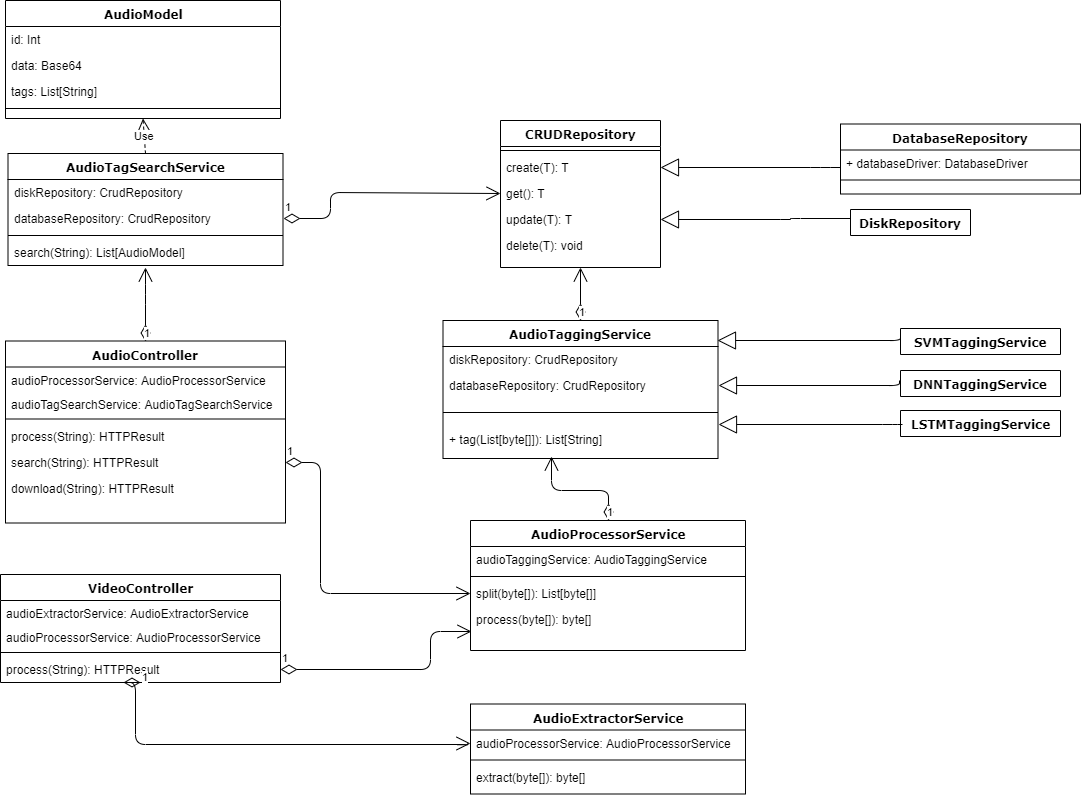
Before: architecture/backend/BE-class-diagram.png, a diagram exported from draw.io (gabrielxzc/moc1-aset-project). Source tidied: cells renumbered, new cells last; positions are measured from the earlier drawing's top-left corner, leaving out a move shared by most shapes.
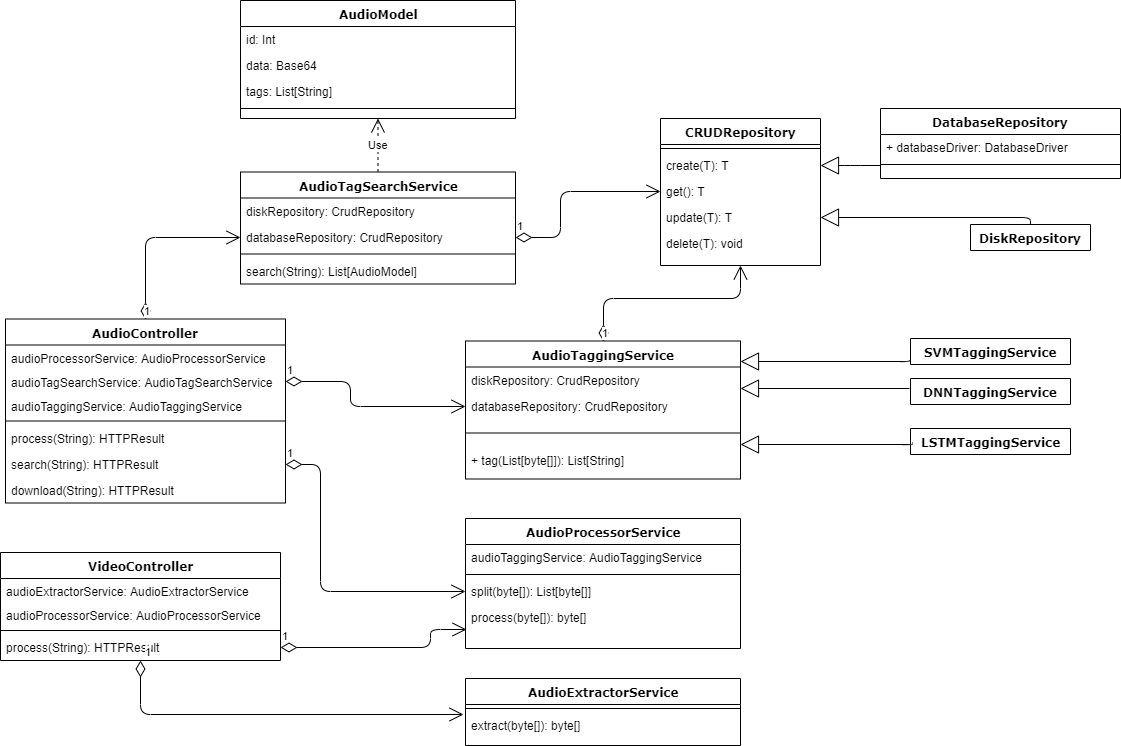
The same diagram one commit later.

Commit message:
make backend class diagram cleaner

Diff of the diagram source:
```diff
@@ -3,7 +3,7 @@
     <mxCell id="0" />
     <mxCell id="1" parent="0" />
     <mxCell id="2" value="CRUDRepository" style="swimlane;html=1;fontStyle=1;align=center;verticalAlign=top;horizontal=1;startSize=26;swimlaneFillColor=#ffffff;rounded=0;shadow=0;comic=0;labelBackgroundColor=none;strokeColor=#000000;strokeWidth=1;fillColor=none;fontFamily=Verdana;fontSize=12;fontColor=#000000;" parent="1" vertex="1">
-      <mxGeometry x="500" y="120" width="160" height="147" as="geometry" />
+      <mxGeometry x="660" y="140" width="160" height="147" as="geometry" />
     </mxCell>
     <mxCell id="3" style="line;html=1;strokeWidth=1;fillColor=none;align=left;verticalAlign=middle;spacingTop=-1;spacingLeft=3;spacingRight=3;labelPosition=right;" parent="2" vertex="1">
       <mxGeometry y="26" width="160" height="8" as="geometry" />
@@ -21,7 +21,7 @@
       <mxGeometry y="112" width="160" height="26" as="geometry" />
     </mxCell>
     <mxCell id="8" value="AudioController" style="swimlane;html=1;fontStyle=1;align=center;verticalAlign=top;horizontal=1;startSize=26;swimlaneFillColor=#ffffff;rounded=0;shadow=0;comic=0;labelBackgroundColor=none;strokeColor=#000000;strokeWidth=1;fillColor=none;fontFamily=Verdana;fontSize=12;fontColor=#000000;" parent="1" vertex="1">
-      <mxGeometry x="5" y="340.5" width="280" height="182" as="geometry" />
+      <mxGeometry x="5" y="340.5" width="280" height="184" as="geometry" />
     </mxCell>
     <mxCell id="9" value="audioProcessorService: AudioProcessorService" style="text;html=1;strokeColor=none;fillColor=none;align=left;verticalAlign=top;spacingLeft=4;spacingRight=4;whiteSpace=wrap;overflow=hidden;" parent="8" vertex="1">
       <mxGeometry y="26" width="280" height="24" as="geometry" />
@@ -29,40 +29,41 @@
     <mxCell id="10" value="audioTagSearchService: AudioTagSearchService" style="text;html=1;strokeColor=none;fillColor=none;align=left;verticalAlign=top;spacingLeft=4;spacingRight=4;whiteSpace=wrap;overflow=hidden;points=[[0,0.5],[1,0.5]];portConstraint=eastwest;" parent="8" vertex="1">
       <mxGeometry y="50" width="280" height="24" as="geometry" />
     </mxCell>
+    <mxCell id="63" value="audioTaggingService: AudioTaggingService" style="text;html=1;strokeColor=none;fillColor=none;align=left;verticalAlign=top;spacingLeft=4;spacingRight=4;whiteSpace=wrap;overflow=hidden;" parent="8" vertex="1">
+      <mxGeometry y="74" width="280" height="24" as="geometry" />
+    </mxCell>
     <mxCell id="11" style="line;html=1;strokeWidth=1;fillColor=none;align=left;verticalAlign=middle;spacingTop=-1;spacingLeft=3;spacingRight=3;labelPosition=right;" parent="8" vertex="1">
-      <mxGeometry y="74" width="280" height="8" as="geometry" />
+      <mxGeometry y="98" width="280" height="8" as="geometry" />
     </mxCell>
     <mxCell id="12" value="process(String): HTTPResult" style="text;html=1;strokeColor=none;fillColor=none;align=left;verticalAlign=top;spacingLeft=4;spacingRight=4;whiteSpace=wrap;overflow=hidden;" parent="8" vertex="1">
-      <mxGeometry y="82" width="280" height="26" as="geometry" />
+      <mxGeometry y="106" width="280" height="26" as="geometry" />
     </mxCell>
     <mxCell id="13" value="search(String): HTTPResult" style="text;html=1;strokeColor=none;fillColor=none;align=left;verticalAlign=top;spacingLeft=4;spacingRight=4;whiteSpace=wrap;overflow=hidden;points=[[0,0.5],[1,0.5]];portConstraint=eastwest;" parent="8" vertex="1">
-      <mxGeometry y="108" width="280" height="26" as="geometry" />
+      <mxGeometry y="132" width="280" height="26" as="geometry" />
     </mxCell>
     <mxCell id="14" value="download(String): HTTPResult" style="text;html=1;strokeColor=none;fillColor=none;align=left;verticalAlign=top;spacingLeft=4;spacingRight=4;whiteSpace=wrap;overflow=hidden;" parent="8" vertex="1">
-      <mxGeometry y="134" width="280" height="26" as="geometry" />
+      <mxGeometry y="158" width="280" height="26" as="geometry" />
     </mxCell>
     <mxCell id="15" style="edgeStyle=orthogonalEdgeStyle;html=1;labelBackgroundColor=none;startFill=0;startSize=8;endArrow=block;endFill=0;endSize=16;fontFamily=Verdana;fontSize=12;entryX=1;entryY=0.5;entryDx=0;entryDy=0;" parent="1" edge="1" source="16" target="6">
       <mxGeometry relative="1" as="geometry">
         <Array as="points">
-          <mxPoint x="890" y="218" />
-          <mxPoint x="790" y="218" />
-          <mxPoint x="790" y="219" />
+          <mxPoint x="1030" y="239" />
         </Array>
       </mxGeometry>
     </mxCell>
     <mxCell id="16" value="DiskRepository" style="swimlane;html=1;fontStyle=1;align=center;verticalAlign=top;horizontal=1;startSize=26;swimlaneFillColor=#ffffff;rounded=0;shadow=0;comic=0;labelBackgroundColor=none;strokeColor=#000000;strokeWidth=1;fillColor=none;fontFamily=Verdana;fontSize=12;fontColor=#000000;" parent="1" vertex="1" collapsed="1">
-      <mxGeometry x="850" y="209" width="120" height="26" as="geometry" />
+      <mxGeometry x="970" y="246" width="120" height="26" as="geometry" />
     </mxCell>
     <mxCell id="17" style="edgeStyle=orthogonalEdgeStyle;html=1;labelBackgroundColor=none;startFill=0;startSize=8;endArrow=block;endFill=0;endSize=16;fontFamily=Verdana;fontSize=12;entryX=1;entryY=0.5;entryDx=0;entryDy=0;" parent="1" edge="1" source="18" target="4">
       <mxGeometry relative="1" as="geometry">
         <Array as="points">
-          <mxPoint x="820" y="167" />
-          <mxPoint x="820" y="167" />
+          <mxPoint x="850" y="187" />
+          <mxPoint x="850" y="187" />
         </Array>
       </mxGeometry>
     </mxCell>
     <mxCell id="18" value="DatabaseRepository" style="swimlane;html=1;fontStyle=1;align=center;verticalAlign=top;horizontal=1;startSize=26;swimlaneFillColor=#ffffff;rounded=0;shadow=0;comic=0;labelBackgroundColor=none;strokeColor=#000000;strokeWidth=1;fillColor=none;fontFamily=Verdana;fontSize=12;fontColor=#000000;" parent="1" vertex="1">
-      <mxGeometry x="840" y="123.5" width="240" height="70" as="geometry" />
+      <mxGeometry x="880" y="130" width="240" height="70" as="geometry" />
     </mxCell>
     <mxCell id="19" value="+ databaseDriver: DatabaseDriver" style="text;html=1;strokeColor=none;fillColor=none;align=left;verticalAlign=top;spacingLeft=4;spacingRight=4;whiteSpace=wrap;overflow=hidden;" parent="18" vertex="1">
       <mxGeometry y="26" width="240" height="26" as="geometry" />
@@ -71,7 +72,7 @@
       <mxGeometry y="52" width="240" height="8" as="geometry" />
     </mxCell>
     <mxCell id="21" value="AudioProcessorService" style="swimlane;html=1;fontStyle=1;align=center;verticalAlign=top;horizontal=1;startSize=26;swimlaneFillColor=#ffffff;rounded=0;shadow=0;comic=0;labelBackgroundColor=none;strokeColor=#000000;strokeWidth=1;fillColor=none;fontFamily=Verdana;fontSize=12;fontColor=#000000;" parent="1" vertex="1">
-      <mxGeometry x="470" y="520" width="275" height="130" as="geometry" />
+      <mxGeometry x="465" y="540" width="275" height="130" as="geometry" />
     </mxCell>
     <mxCell id="22" value="audioTaggingService: AudioTaggingService" style="text;html=1;strokeColor=none;fillColor=none;align=left;verticalAlign=top;spacingLeft=4;spacingRight=4;whiteSpace=wrap;overflow=hidden;" parent="21" vertex="1">
       <mxGeometry y="26" width="275" height="26" as="geometry" />
@@ -101,19 +102,16 @@
       <mxGeometry y="82" width="280" height="26" as="geometry" />
     </mxCell>
     <mxCell id="31" value="AudioExtractorService" style="swimlane;html=1;fontStyle=1;align=center;verticalAlign=top;horizontal=1;startSize=26;swimlaneFillColor=#ffffff;rounded=0;shadow=0;comic=0;labelBackgroundColor=none;strokeColor=#000000;strokeWidth=1;fillColor=none;fontFamily=Verdana;fontSize=12;fontColor=#000000;" parent="1" vertex="1">
-      <mxGeometry x="470" y="703.5" width="275" height="90" as="geometry" />
+      <mxGeometry x="465" y="700" width="275" height="67" as="geometry" />
     </mxCell>
-    <mxCell id="32" value="audioProcessorService: AudioProcessorService" style="text;html=1;strokeColor=none;fillColor=none;align=left;verticalAlign=top;spacingLeft=4;spacingRight=4;whiteSpace=wrap;overflow=hidden;points=[[0,0.5],[1,0.5]];portConstraint=eastwest;" parent="31" vertex="1">
-      <mxGeometry y="26" width="275" height="26" as="geometry" />
-    </mxCell>
     <mxCell id="33" style="line;html=1;strokeWidth=1;fillColor=none;align=left;verticalAlign=middle;spacingTop=-1;spacingLeft=3;spacingRight=3;labelPosition=right;" parent="31" vertex="1">
-      <mxGeometry y="52" width="275" height="8" as="geometry" />
+      <mxGeometry y="26" width="275" height="8" as="geometry" />
     </mxCell>
     <mxCell id="34" value="extract(byte[]): byte[]" style="text;html=1;strokeColor=none;fillColor=none;align=left;verticalAlign=top;spacingLeft=4;spacingRight=4;whiteSpace=wrap;overflow=hidden;points=[[0,0.5],[1,0.5]];portConstraint=eastwest;" parent="31" vertex="1">
-      <mxGeometry y="60" width="275" height="26" as="geometry" />
+      <mxGeometry y="34" width="275" height="26" as="geometry" />
     </mxCell>
     <mxCell id="35" value="AudioTaggingService" style="swimlane;html=1;fontStyle=1;align=center;verticalAlign=top;horizontal=1;startSize=26;swimlaneFillColor=#ffffff;rounded=0;shadow=0;comic=0;labelBackgroundColor=none;strokeColor=#000000;strokeWidth=1;fillColor=none;fontFamily=Verdana;fontSize=12;fontColor=#000000;" parent="1" vertex="1">
-      <mxGeometry x="442.5" y="320" width="275" height="138" as="geometry" />
+      <mxGeometry x="465" y="362.5" width="275" height="138" as="geometry" />
     </mxCell>
     <mxCell id="36" value="diskRepository: CrudRepository" style="text;html=1;strokeColor=none;fillColor=none;align=left;verticalAlign=top;spacingLeft=4;spacingRight=4;whiteSpace=wrap;overflow=hidden;" parent="35" vertex="1">
       <mxGeometry y="26" width="275" height="26" as="geometry" />
@@ -128,7 +126,7 @@
       <mxGeometry y="106" width="275" height="32" as="geometry" />
     </mxCell>
     <mxCell id="40" value="AudioModel" style="swimlane;html=1;fontStyle=1;align=center;verticalAlign=top;horizontal=1;startSize=26;swimlaneFillColor=#ffffff;rounded=0;shadow=0;comic=0;labelBackgroundColor=none;strokeColor=#000000;strokeWidth=1;fillColor=none;fontFamily=Verdana;fontSize=12;fontColor=#000000;" parent="1" vertex="1">
-      <mxGeometry x="5" width="275" height="118" as="geometry" />
+      <mxGeometry x="240" y="22" width="275" height="118" as="geometry" />
     </mxCell>
     <mxCell id="41" value="id: Int&lt;br&gt;" style="text;html=1;strokeColor=none;fillColor=none;align=left;verticalAlign=top;spacingLeft=4;spacingRight=4;whiteSpace=wrap;overflow=hidden;" parent="40" vertex="1">
       <mxGeometry y="26" width="275" height="26" as="geometry" />
@@ -143,7 +141,7 @@
       <mxGeometry y="104" width="275" height="8" as="geometry" />
     </mxCell>
     <mxCell id="45" value="AudioTagSearchService" style="swimlane;html=1;fontStyle=1;align=center;verticalAlign=top;horizontal=1;startSize=26;swimlaneFillColor=#ffffff;rounded=0;shadow=0;comic=0;labelBackgroundColor=none;strokeColor=#000000;strokeWidth=1;fillColor=none;fontFamily=Verdana;fontSize=12;fontColor=#000000;" parent="1" vertex="1">
-      <mxGeometry x="7.5" y="153" width="275" height="112" as="geometry" />
+      <mxGeometry x="240" y="193.5" width="275" height="112" as="geometry" />
     </mxCell>
     <mxCell id="46" value="diskRepository: CrudRepository" style="text;html=1;strokeColor=none;fillColor=none;align=left;verticalAlign=top;spacingLeft=4;spacingRight=4;whiteSpace=wrap;overflow=hidden;" parent="45" vertex="1">
       <mxGeometry y="26" width="275" height="26" as="geometry" />
@@ -160,52 +158,41 @@
     <mxCell id="50" value="Use" style="endArrow=open;endSize=12;dashed=1;html=1;exitX=0.5;exitY=0;exitDx=0;exitDy=0;entryX=0.5;entryY=1;entryDx=0;entryDy=0;" parent="1" edge="1" source="45" target="40">
       <mxGeometry relative="1" as="geometry" />
     </mxCell>
-    <mxCell id="51" value="1" style="endArrow=open;html=1;endSize=12;startArrow=diamondThin;startSize=14;startFill=0;edgeStyle=orthogonalEdgeStyle;align=left;verticalAlign=bottom;entryX=0;entryY=0.5;entryDx=0;entryDy=0;exitX=0.5;exitY=1;exitDx=0;exitDy=0;" parent="1" edge="1" source="26" target="32">
+    <mxCell id="51" value="1" style="endArrow=open;html=1;endSize=12;startArrow=diamondThin;startSize=14;startFill=0;edgeStyle=orthogonalEdgeStyle;align=left;verticalAlign=bottom;entryX=-0.006;entryY=0.077;entryDx=0;entryDy=0;exitX=0.5;exitY=1;exitDx=0;exitDy=0;entryPerimeter=0;" parent="1" edge="1" source="26" target="34">
       <mxGeometry x="-1" y="3" relative="1" as="geometry">
         <Array as="points">
-          <mxPoint x="135" y="743.5" />
-          <mxPoint x="467" y="743.5" />
-          <mxPoint x="467" y="742.5" />
+          <mxPoint x="140" y="736" />
         </Array>
       </mxGeometry>
     </mxCell>
     <mxCell id="52" value="1" style="endArrow=open;html=1;endSize=12;startArrow=diamondThin;startSize=14;startFill=0;edgeStyle=orthogonalEdgeStyle;align=left;verticalAlign=bottom;entryX=0;entryY=0.5;entryDx=0;entryDy=0;exitX=1;exitY=0.5;exitDx=0;exitDy=0;" parent="1" edge="1" source="13" target="24">
       <mxGeometry x="-1" y="3" relative="1" as="geometry">
         <Array as="points">
-          <mxPoint x="320" y="462" />
-          <mxPoint x="320" y="593" />
+          <mxPoint x="320" y="486" />
+          <mxPoint x="320" y="613" />
         </Array>
       </mxGeometry>
     </mxCell>
-    <mxCell id="53" value="1" style="endArrow=open;html=1;endSize=12;startArrow=diamondThin;startSize=14;startFill=0;edgeStyle=orthogonalEdgeStyle;align=left;verticalAlign=bottom;exitX=0.5;exitY=0;exitDx=0;exitDy=0;entryX=0.5;entryY=1.062;entryDx=0;entryDy=0;entryPerimeter=0;" parent="1" edge="1" source="8" target="49">
+    <mxCell id="53" value="1" style="endArrow=open;html=1;endSize=12;startArrow=diamondThin;startSize=14;startFill=0;edgeStyle=orthogonalEdgeStyle;align=left;verticalAlign=bottom;exitX=0.5;exitY=0;exitDx=0;exitDy=0;entryX=0;entryY=0.5;entryDx=0;entryDy=0;" parent="1" edge="1" source="8" target="47">
       <mxGeometry x="-1" y="3" relative="1" as="geometry">
         <Array as="points">
-          <mxPoint x="145" y="293.5" />
-          <mxPoint x="145" y="293.5" />
+          <mxPoint x="145" y="259" />
         </Array>
       </mxGeometry>
     </mxCell>
-    <mxCell id="54" value="1" style="endArrow=open;html=1;endSize=12;startArrow=diamondThin;startSize=14;startFill=0;edgeStyle=orthogonalEdgeStyle;align=left;verticalAlign=bottom;exitX=0.5;exitY=0;exitDx=0;exitDy=0;entryX=0.393;entryY=0.953;entryDx=0;entryDy=0;entryPerimeter=0;" parent="1" edge="1" source="21" target="39">
-      <mxGeometry x="-1" y="3" relative="1" as="geometry">
-        <Array as="points">
-          <mxPoint x="608" y="490" />
-          <mxPoint x="551" y="490" />
-        </Array>
-      </mxGeometry>
-    </mxCell>
     <mxCell id="55" value="1" style="endArrow=open;html=1;endSize=12;startArrow=diamondThin;startSize=14;startFill=0;edgeStyle=orthogonalEdgeStyle;align=left;verticalAlign=bottom;entryX=0;entryY=0.5;entryDx=0;entryDy=0;exitX=1;exitY=0.5;exitDx=0;exitDy=0;" parent="1" edge="1" source="47" target="5">
       <mxGeometry x="-1" y="3" relative="1" as="geometry">
         <Array as="points">
-          <mxPoint x="330" y="218" />
-          <mxPoint x="330" y="192" />
+          <mxPoint x="560" y="259" />
+          <mxPoint x="560" y="213" />
         </Array>
       </mxGeometry>
     </mxCell>
     <mxCell id="56" value="1" style="endArrow=open;html=1;endSize=12;startArrow=diamondThin;startSize=14;startFill=0;edgeStyle=orthogonalEdgeStyle;align=left;verticalAlign=bottom;entryX=0.5;entryY=1;entryDx=0;entryDy=0;exitX=0.5;exitY=0;exitDx=0;exitDy=0;" parent="1" edge="1" source="35" target="2">
       <mxGeometry x="-1" y="3" relative="1" as="geometry">
         <Array as="points">
-          <mxPoint x="580" y="320" />
-          <mxPoint x="580" y="267" />
+          <mxPoint x="603" y="320" />
+          <mxPoint x="740" y="320" />
         </Array>
       </mxGeometry>
     </mxCell>
@@ -213,32 +200,41 @@
       <mxGeometry x="-1" y="3" relative="1" as="geometry">
         <Array as="points">
           <mxPoint x="430" y="669" />
-          <mxPoint x="430" y="631" />
+          <mxPoint x="430" y="651" />
         </Array>
       </mxGeometry>
     </mxCell>
-    <mxCell id="58" style="edgeStyle=orthogonalEdgeStyle;html=1;labelBackgroundColor=none;startFill=0;startSize=8;endArrow=block;endFill=0;endSize=16;fontFamily=Verdana;fontSize=12;entryX=0.999;entryY=0.146;entryDx=0;entryDy=0;entryPerimeter=0;exitX=0;exitY=0.25;exitDx=0;exitDy=0;" parent="1" edge="1" source="59" target="35">
+    <mxCell id="58" style="edgeStyle=orthogonalEdgeStyle;html=1;labelBackgroundColor=none;startFill=0;startSize=8;endArrow=block;endFill=0;endSize=16;fontFamily=Verdana;fontSize=12;entryX=0.999;entryY=0.146;entryDx=0;entryDy=0;entryPerimeter=0;exitX=0;exitY=0.75;exitDx=0;exitDy=0;" parent="1" edge="1" source="59" target="35">
       <mxGeometry relative="1" as="geometry">
         <Array as="points">
-          <mxPoint x="900" y="340" />
+          <mxPoint x="910" y="383" />
         </Array>
       </mxGeometry>
     </mxCell>
     <mxCell id="59" value="SVMTaggingService" style="swimlane;html=1;fontStyle=1;align=center;verticalAlign=top;horizontal=1;startSize=26;swimlaneFillColor=#ffffff;rounded=0;shadow=0;comic=0;labelBackgroundColor=none;strokeColor=#000000;strokeWidth=1;fillColor=none;fontFamily=Verdana;fontSize=12;fontColor=#000000;" parent="1" vertex="1" collapsed="1">
-      <mxGeometry x="900" y="328" width="160" height="26" as="geometry" />
+      <mxGeometry x="910" y="360" width="160" height="26" as="geometry" />
     </mxCell>
     <mxCell id="60" value="DNNTaggingService" style="swimlane;html=1;fontStyle=1;align=center;verticalAlign=top;horizontal=1;startSize=26;swimlaneFillColor=#ffffff;rounded=0;shadow=0;comic=0;labelBackgroundColor=none;strokeColor=#000000;strokeWidth=1;fillColor=none;fontFamily=Verdana;fontSize=12;fontColor=#000000;" parent="1" vertex="1" collapsed="1">
-      <mxGeometry x="900" y="370" width="160" height="26" as="geometry" />
+      <mxGeometry x="910" y="400" width="160" height="26" as="geometry" />
     </mxCell>
-    <mxCell id="61" style="edgeStyle=orthogonalEdgeStyle;html=1;labelBackgroundColor=none;startFill=0;startSize=8;endArrow=block;endFill=0;endSize=16;fontFamily=Verdana;fontSize=12;entryX=1;entryY=0.5;entryDx=0;entryDy=0;exitX=-0.009;exitY=0.397;exitDx=0;exitDy=0;exitPerimeter=0;" parent="1" edge="1" source="60" target="37">
+    <mxCell id="61" style="edgeStyle=orthogonalEdgeStyle;html=1;labelBackgroundColor=none;startFill=0;startSize=8;endArrow=block;endFill=0;endSize=16;fontFamily=Verdana;fontSize=12;exitX=-0.009;exitY=0.397;exitDx=0;exitDy=0;exitPerimeter=0;" parent="1" edge="1" source="60">
       <mxGeometry relative="1" as="geometry">
+        <mxPoint x="740" y="410" as="targetPoint" />
         <Array as="points">
-          <mxPoint x="899" y="385" />
+          <mxPoint x="740" y="410" />
         </Array>
       </mxGeometry>
     </mxCell>
     <mxCell id="62" value="LSTMTaggingService" style="swimlane;html=1;fontStyle=1;align=center;verticalAlign=top;horizontal=1;startSize=26;swimlaneFillColor=#ffffff;rounded=0;shadow=0;comic=0;labelBackgroundColor=none;strokeColor=#000000;strokeWidth=1;fillColor=none;fontFamily=Verdana;fontSize=12;fontColor=#000000;" parent="1" vertex="1" collapsed="1">
-      <mxGeometry x="900" y="410" width="160" height="26" as="geometry" />
+      <mxGeometry x="910" y="450" width="160" height="26" as="geometry" />
     </mxCell>
+    <mxCell id="54" value="1" style="endArrow=open;html=1;endSize=12;startArrow=diamondThin;startSize=14;startFill=0;edgeStyle=orthogonalEdgeStyle;align=left;verticalAlign=bottom;exitX=1;exitY=0.5;exitDx=0;exitDy=0;entryX=0;entryY=0.5;entryDx=0;entryDy=0;" parent="1" edge="1" source="10" target="37">
+      <mxGeometry x="-1" y="3" relative="1" as="geometry">
+        <Array as="points">
+          <mxPoint x="350" y="403" />
+          <mxPoint x="350" y="428" />
+        </Array>
+      </mxGeometry>
+    </mxCell>
   </root>
 </mxGraphModel>
```
